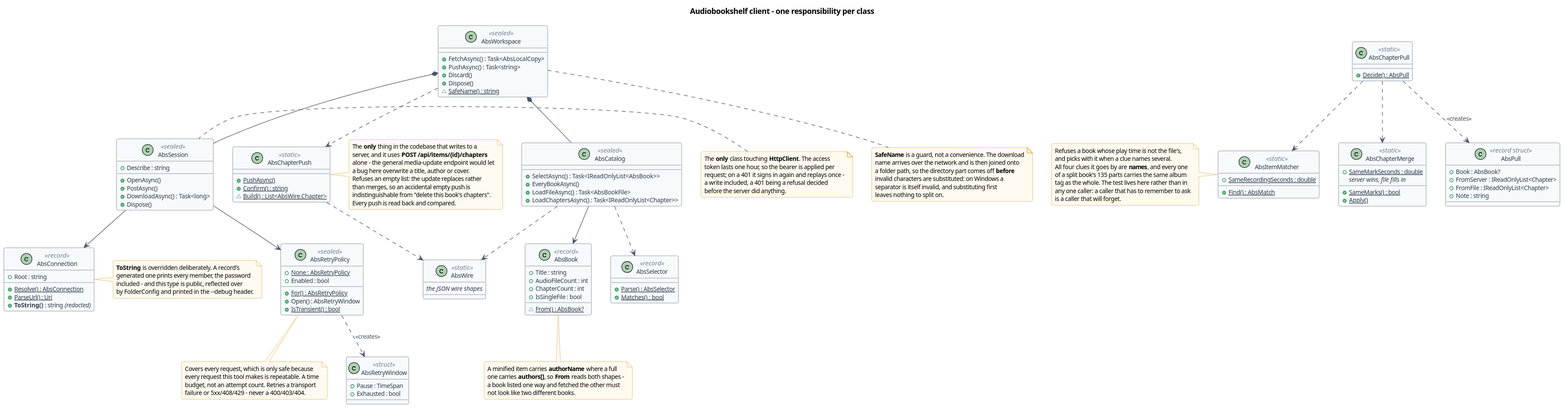
This is doc/diagrams/class-abs.svg from Inguiotar/ABChapterize, a PlantUML export, as it was before one commit.
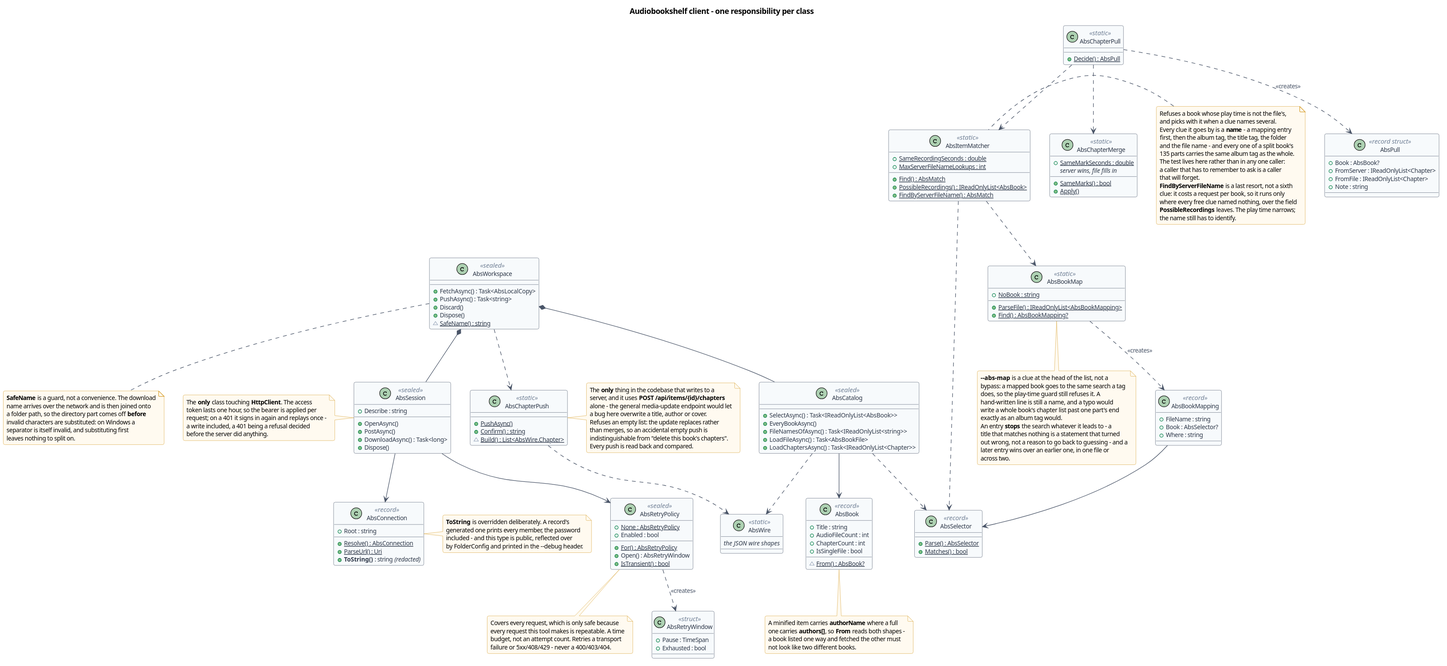
After the change.

The edit, as a diff of the source:
```diff
@@ -51,6 +51,7 @@
 class AbsCatalog <<sealed>> {
   +SelectAsync() : Task<IReadOnlyList<AbsBook>>
   +EveryBookAsync()
+  +FileNamesOfAsync() : Task<IReadOnlyList<string>>
   +LoadFileAsync() : Task<AbsBookFile>
   +LoadChaptersAsync() : Task<IReadOnlyList<Chapter>>
 }
@@ -103,16 +104,26 @@
 }
 class AbsItemMatcher <<static>> {
   +{static} SameRecordingSeconds : double
+  +{static} MaxServerFileNameLookups : int
   +{static} Find() : AbsMatch
+  +{static} PossibleRecordings() : IReadOnlyList<AbsBook>
+  +{static} FindByServerFileName() : AbsMatch
 }
 note left of AbsItemMatcher
   Refuses a book whose play time is not the file's,
   and picks with it when a clue names several.
-  All four clues it goes by are **names**, and every one
-  of a split book's 135 parts carries the same album
-  tag as the whole. The test lives here rather than in
-  any one caller: a caller that has to remember to ask
-  is a caller that will forget.
+  Every clue it goes by is a **name** - a mapping entry
+  first, then the album tag, the title tag, the folder
+  and the file name - and every one of a split book's
+  135 parts carries the same album tag as the whole.
+  The test lives here rather than in any one caller:
+  a caller that has to remember to ask is a caller
+  that will forget.
+  <b>FindByServerFileName</b> is a last resort, not a sixth
+  clue: it costs a request per book, so it runs only
+  where every free clue named nothing, over the field
+  <b>PossibleRecordings</b> leaves. The play time narrows;
+  the name still has to identify.
 end note
 
 class AbsBook <<record>> {
@@ -130,6 +141,17 @@
   <i>the JSON wire shapes</i>
 }
 
+class AbsBookMap <<static>> {
+  +{static} NoBook : string
+  +{static} ParseFile() : IReadOnlyList<AbsBookMapping>
+  +{static} Find() : AbsBookMapping?
+}
+class AbsBookMapping <<record>> {
+  +FileName : string
+  +Book : AbsSelector?
+  +Where : string
+}
+
 AbsWorkspace *-- AbsSession
 AbsWorkspace *-- AbsCatalog
 AbsSession --> AbsConnection
@@ -143,6 +165,10 @@
 AbsChapterPull ..> AbsPull : <<creates>>
 AbsChapterPull ..> AbsItemMatcher
 AbsChapterPull ..> AbsChapterMerge
+AbsItemMatcher ..> AbsBookMap
+AbsBookMap ..> AbsBookMapping : <<creates>>
+AbsBookMapping --> AbsSelector
+AbsItemMatcher ..> AbsSelector
 
 note as NBook
   A minified item carries <b>authorName</b> where a full
@@ -151,4 +177,19 @@
   not look like two different books.
 end note
 AbsBook .. NBook
+
+note as NMap
+  <b>~--abs-map</b> is a clue at the head of the list, not a
+  bypass: a mapped book goes to the same search a tag
+  does, so the play-time guard still refuses it. A
+  hand-written line is still a name, and a typo would
+  write a whole book's chapter list past one part's end
+  exactly as an album tag would.
+  An entry <b>stops</b> the search whatever it leads to - a
+  title that matches nothing is a statement that turned
+  out wrong, not a reason to go back to guessing - and a
+  later entry wins over an earlier one, in one file or
+  across two.
+end note
+AbsBookMap .. NMap
 @enduml
```
